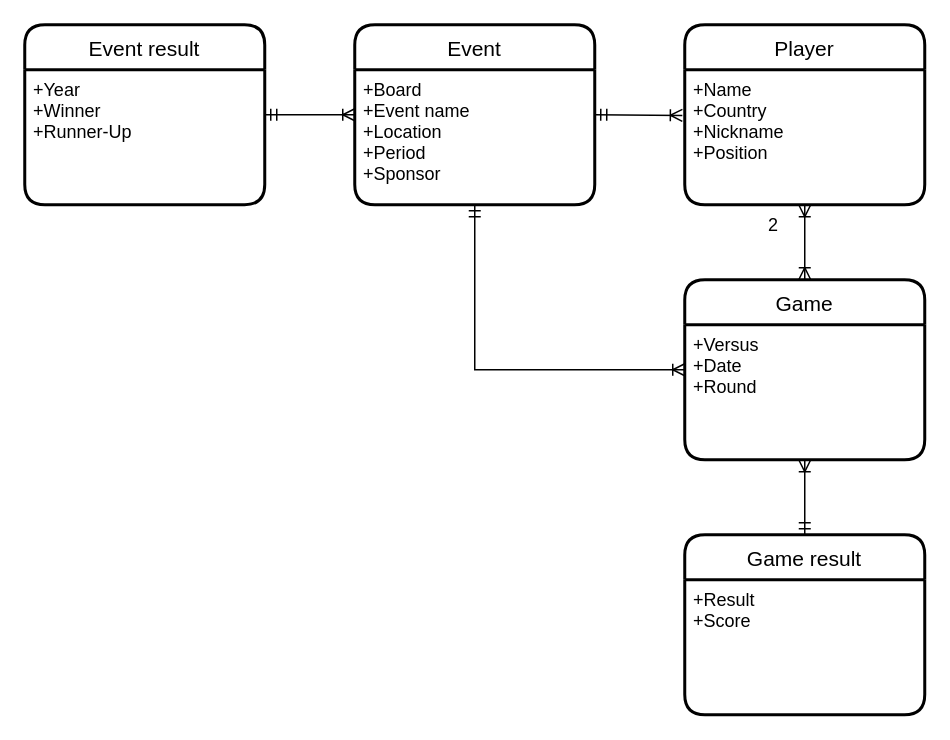
Kochtyan/VisProgRGR keeps this draw.io diagram as page "Page-1" (1 of 3) of rgrERD.drawio. Above is the earlier version. Source tidied: cells renumbered, new cells numbered last; positions are measured from the earlier drawing's top-left corner, leaving out a move shared by most shapes. Both pictures are drawn from the tidied source at 150%, with x=0, y=0 at pixel (24, 24).
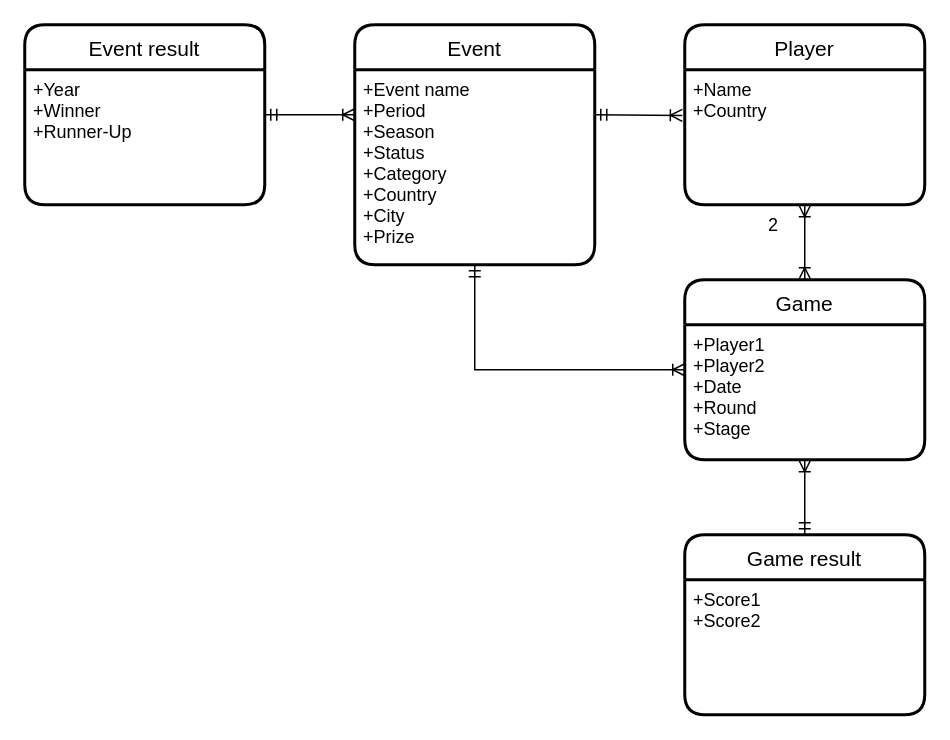
Above is the later version.

Unchanged cells that the change refers to:
```xml
<mxCell id="2" value="Player" style="swimlane;horizontal=1;startSize=30;rounded=1;fontSize=14;fontStyle=0;strokeWidth=2;shadow=0;dashed=0;align=center;" parent="1" vertex="1">
  <mxGeometry x="440" width="160" height="120" as="geometry" />
</mxCell>
<mxCell id="4" value="Game" style="swimlane;horizontal=1;startSize=30;rounded=1;fontSize=14;fontStyle=0;strokeWidth=2;shadow=0;dashed=0;align=center;" parent="1" vertex="1">
  <mxGeometry x="440" y="170" width="160" height="120" as="geometry" />
</mxCell>
<mxCell id="6" value="Game result" style="swimlane;horizontal=1;startSize=30;rounded=1;fontSize=14;fontStyle=0;strokeWidth=2;shadow=0;dashed=0;align=center;" parent="1" vertex="1">
  <mxGeometry x="440" y="340" width="160" height="120" as="geometry" />
</mxCell>
```

The edit, as a diff of the source:
```diff
@@
-    <mxCell id="3" value="+Name&#10;+Country&#10;+Nickname&#10;+Position" style="align=left;strokeColor=none;fillColor=none;spacingLeft=4;fontSize=12;verticalAlign=top;" parent="2" vertex="1">
+    <mxCell id="3" value="+Name&#10;+Country&#10;&#10;" style="align=left;strokeColor=none;fillColor=none;spacingLeft=4;fontSize=12;verticalAlign=top;" parent="2" vertex="1">
       <mxGeometry y="30" width="160" height="90" as="geometry" />
     </mxCell>
@@
-    <mxCell id="5" value="+Versus&#10;+Date&#10;+Round" style="align=left;strokeColor=none;fillColor=none;spacingLeft=4;fontSize=12;verticalAlign=top;" parent="4" vertex="1">
+    <mxCell id="5" value="+Player1&#10;+Player2&#10;+Date&#10;+Round&#10;+Stage" style="align=left;strokeColor=none;fillColor=none;spacingLeft=4;fontSize=12;verticalAlign=top;" parent="4" vertex="1">
       <mxGeometry y="30" width="160" height="90" as="geometry" />
     </mxCell>
@@
-    <mxCell id="7" value="+Result&#10;+Score" style="align=left;strokeColor=none;fillColor=none;spacingLeft=4;fontSize=12;verticalAlign=top;" parent="6" vertex="1">
+    <mxCell id="7" value="+Score1&#10;+Score2" style="align=left;strokeColor=none;fillColor=none;spacingLeft=4;fontSize=12;verticalAlign=top;" parent="6" vertex="1">
       <mxGeometry y="30" width="160" height="90" as="geometry" />
     </mxCell>
     <mxCell id="8" value="Event" style="swimlane;horizontal=1;startSize=30;rounded=1;fontSize=14;fontStyle=0;strokeWidth=2;shadow=0;dashed=0;align=center;" parent="1" vertex="1">
-      <mxGeometry x="220" width="160" height="120" as="geometry" />
+      <mxGeometry x="220" width="160" height="160" as="geometry" />
     </mxCell>
-    <mxCell id="9" value="+Board&#10;+Event name&#10;+Location&#10;+Period&#10;+Sponsor" style="align=left;strokeColor=none;fillColor=none;spacingLeft=4;fontSize=12;verticalAlign=top;" parent="8" vertex="1">
-      <mxGeometry y="30" width="160" height="90" as="geometry" />
+    <mxCell id="9" value="+Event name&#10;+Period&#10;+Season&#10;+Status&#10;+Category&#10;+Country&#10;+City&#10;+Prize" style="align=left;strokeColor=none;fillColor=none;spacingLeft=4;fontSize=12;verticalAlign=top;" parent="8" vertex="1">
+      <mxGeometry y="30" width="160" height="130" as="geometry" />
     </mxCell>
```
